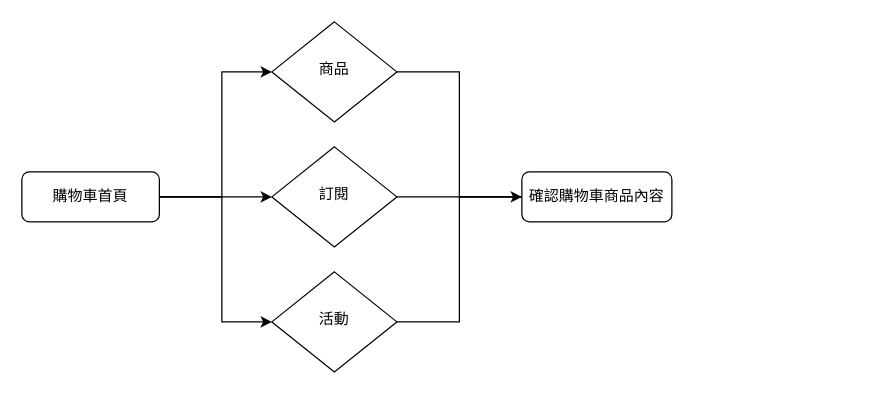
Before: Untitled Diagram.drawio in weichieh123/shoppingCart-final, a draw.io diagram. Source tidied: cells renumbered, new cells numbered last; positions are measured from the earlier drawing's top-left corner, leaving out a move shared by most shapes. Both pictures are drawn from the tidied source at 125%, with x=0, y=0 at pixel (21, 21).
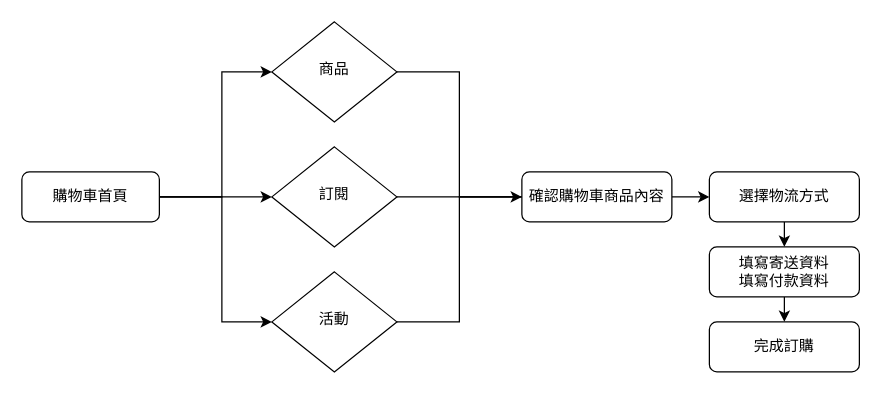
The same page after the edit.

Unchanged cells that the change refers to:
```xml
<mxCell id="12" value="確認購物車商品內容" style="rounded=1;whiteSpace=wrap;html=1;fontSize=12;glass=0;strokeWidth=1;shadow=0;" parent="1" vertex="1">
  <mxGeometry x="400" y="120" width="120" height="40" as="geometry" />
</mxCell>
```

Diff of the diagram source:
```diff
@@
+    <mxCell id="13" style="edgeStyle=elbowEdgeStyle;rounded=0;jettySize=auto;html=1;entryX=0;entryY=0.5;entryDx=0;entryDy=0;" parent="1" edge="1" source="12" target="15">
+      <mxGeometry relative="1" as="geometry" />
+    </mxCell>
@@
+    <mxCell id="14" style="edgeStyle=elbowEdgeStyle;rounded=0;jettySize=auto;html=1;" parent="1" edge="1" source="15" target="17">
+      <mxGeometry relative="1" as="geometry" />
+    </mxCell>
+    <mxCell id="15" value="選擇物流方式" style="rounded=1;whiteSpace=wrap;html=1;fontSize=12;glass=0;strokeWidth=1;shadow=0;" parent="1" vertex="1">
+      <mxGeometry x="550" y="120" width="120" height="40" as="geometry" />
+    </mxCell>
+    <mxCell id="16" style="edgeStyle=elbowEdgeStyle;rounded=0;jettySize=auto;html=1;" parent="1" edge="1" source="17" target="18">
+      <mxGeometry relative="1" as="geometry" />
+    </mxCell>
+    <mxCell id="17" value="填寫寄送資料&lt;br&gt;填寫付款資料" style="rounded=1;whiteSpace=wrap;html=1;fontSize=12;glass=0;strokeWidth=1;shadow=0;" parent="1" vertex="1">
+      <mxGeometry x="550" y="180" width="120" height="40" as="geometry" />
+    </mxCell>
+    <mxCell id="18" value="完成訂購" style="rounded=1;whiteSpace=wrap;html=1;fontSize=12;glass=0;strokeWidth=1;shadow=0;" parent="1" vertex="1">
+      <mxGeometry x="550" y="240" width="120" height="40" as="geometry" />
+    </mxCell>
```
